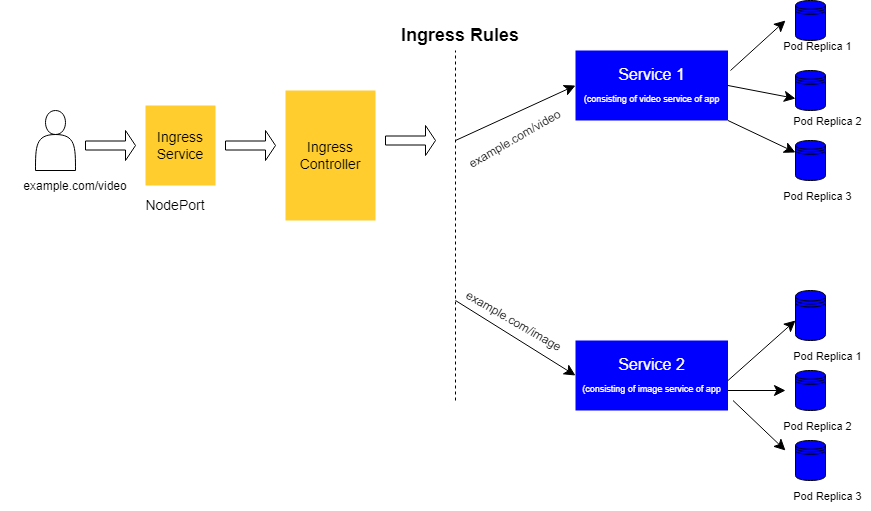
Before: Wiki-page-images/New_Ingress_working_principle.png, a diagram exported from draw.io (dikshita-git/RP_Study-on-Ingress-and-its-security-IPv4-IPv6-). Source tidied: cells renumbered, new cells last; positions are measured from the earlier drawing's top-left corner, leaving out a move shared by most shapes.
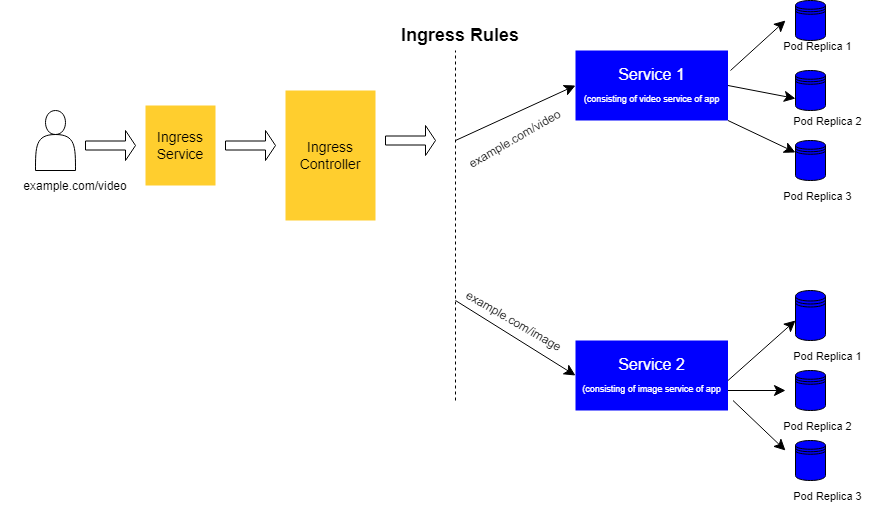
The same diagram one commit later.

Change to the diagram source:
```diff
@@ -26,9 +26,6 @@
         <mxPoint x="450" y="50" as="targetPoint" />
       </mxGeometry>
     </mxCell>
-    <mxCell id="9" value="NodePort" style="text;html=1;strokeColor=none;fillColor=none;align=center;verticalAlign=middle;whiteSpace=wrap;rounded=0;fontSize=14;" parent="1" vertex="1">
-      <mxGeometry x="140" y="190" width="60" height="30" as="geometry" />
-    </mxCell>
     <mxCell id="10" value="&lt;b&gt;&lt;font style=&quot;font-size: 18px&quot;&gt;Ingress Rules&lt;/font&gt;&lt;/b&gt;" style="text;html=1;strokeColor=none;fillColor=none;align=center;verticalAlign=middle;whiteSpace=wrap;rounded=0;fontSize=14;" parent="1" vertex="1">
       <mxGeometry x="385" y="20" width="140" height="30" as="geometry" />
     </mxCell>
```
